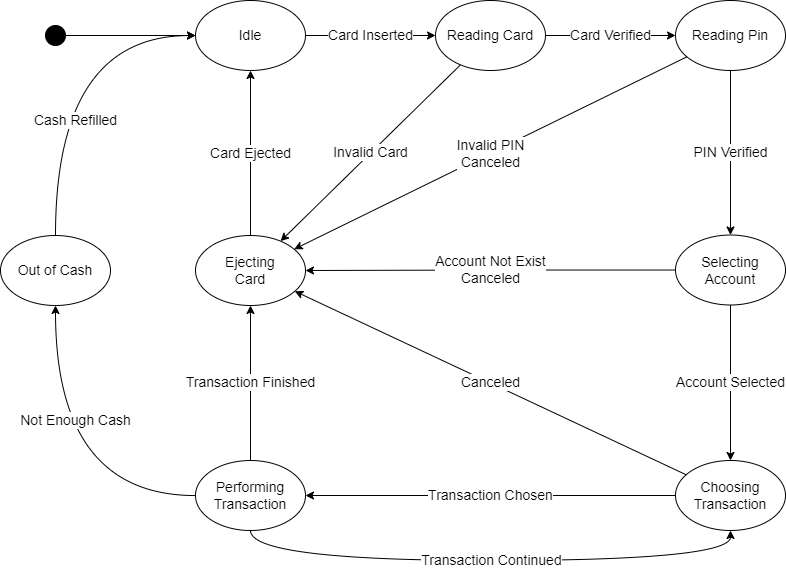
Earlier version of the draw.io export figures/AtmState.png (siwook-choi/MyAtmMachine). Source tidied: cells renumbered, new cells last; positions are measured from the earlier drawing's top-left corner, leaving out a move shared by most shapes.
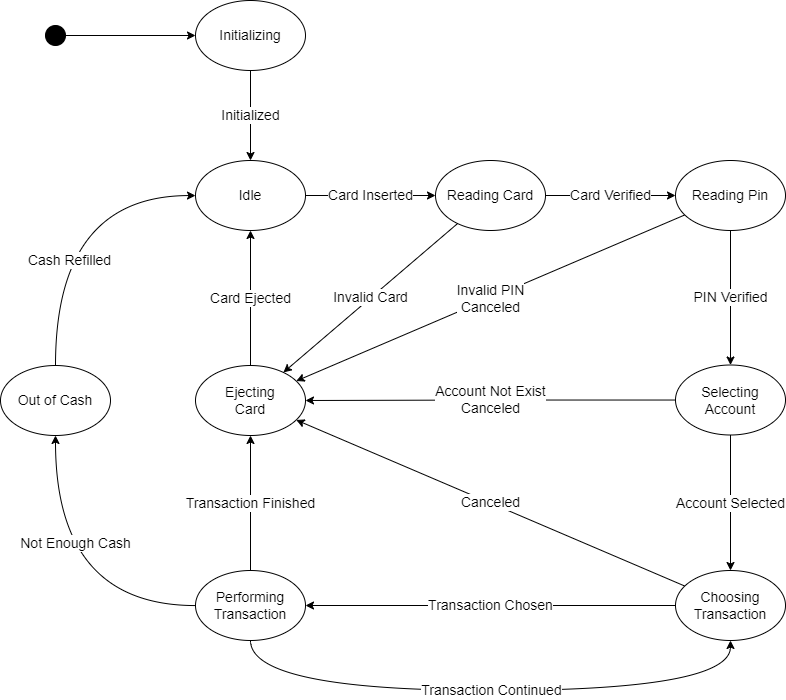
After the commit.

The edit, as a diff of the source:
```diff
@@ -6,7 +6,7 @@
       <mxGeometry relative="1" as="geometry" />
     </mxCell>
     <mxCell id="3" value="Idle" style="ellipse;whiteSpace=wrap;html=1;fontSize=14;" parent="1" vertex="1">
-      <mxGeometry x="195" width="110" height="70" as="geometry" />
+      <mxGeometry x="195" y="30" width="110" height="70" as="geometry" />
     </mxCell>
     <mxCell id="4" value="Card Verified" style="edgeStyle=orthogonalEdgeStyle;rounded=0;jettySize=auto;html=1;fontSize=14;" parent="1" edge="1" source="6" target="9">
       <mxGeometry relative="1" as="geometry" />
@@ -15,7 +15,7 @@
       <mxGeometry relative="1" as="geometry" />
     </mxCell>
     <mxCell id="6" value="Reading Card" style="ellipse;whiteSpace=wrap;html=1;fontSize=14;" parent="1" vertex="1">
-      <mxGeometry x="435" width="110" height="70" as="geometry" />
+      <mxGeometry x="435" y="30" width="110" height="70" as="geometry" />
     </mxCell>
     <mxCell id="7" value="PIN Verified" style="edgeStyle=orthogonalEdgeStyle;rounded=0;jettySize=auto;html=1;fontSize=14;" parent="1" edge="1" source="9" target="12">
       <mxGeometry relative="1" as="geometry" />
@@ -24,7 +24,7 @@
       <mxGeometry relative="1" as="geometry" />
     </mxCell>
     <mxCell id="9" value="Reading Pin" style="ellipse;whiteSpace=wrap;html=1;fontSize=14;" parent="1" vertex="1">
-      <mxGeometry x="675" width="110" height="70" as="geometry" />
+      <mxGeometry x="675" y="30" width="110" height="70" as="geometry" />
     </mxCell>
     <mxCell id="10" value="Account Selected" style="edgeStyle=orthogonalEdgeStyle;rounded=0;jettySize=auto;html=1;fontSize=14;" parent="1" edge="1" source="12" target="15">
       <mxGeometry relative="1" as="geometry" />
@@ -42,7 +42,7 @@
       <mxGeometry relative="1" as="geometry" />
     </mxCell>
     <mxCell id="15" value="Choosing&lt;br style=&quot;font-size: 14px;&quot;&gt;Transaction" style="ellipse;whiteSpace=wrap;html=1;fontSize=14;" parent="1" vertex="1">
-      <mxGeometry x="675" y="460" width="110" height="70" as="geometry" />
+      <mxGeometry x="675" y="440" width="110" height="70" as="geometry" />
     </mxCell>
     <mxCell id="16" value="Card Ejected" style="rounded=0;jettySize=auto;html=1;fontSize=14;" parent="1" edge="1" source="17" target="3">
       <mxGeometry relative="1" as="geometry" />
@@ -53,6 +53,9 @@
     <mxCell id="18" value="Transaction Finished" style="rounded=0;jettySize=auto;html=1;fontSize=14;" parent="1" edge="1" source="21" target="17">
       <mxGeometry relative="1" as="geometry" />
     </mxCell>
+    <mxCell id="20" value="Not Enough Cash" style="edgeStyle=orthogonalEdgeStyle;curved=1;rounded=0;jettySize=auto;html=1;fontSize=14;" parent="1" edge="1" source="21" target="25">
+      <mxGeometry x="0.3" y="-20" relative="1" as="geometry" />
+    </mxCell>
     <mxCell id="19" value="Transaction Continued" style="edgeStyle=orthogonalEdgeStyle;curved=1;rounded=0;jettySize=auto;html=1;fontSize=14;" parent="1" edge="1" source="21" target="15">
       <mxGeometry relative="1" as="geometry">
         <Array as="points">
@@ -61,27 +64,30 @@
         </Array>
       </mxGeometry>
     </mxCell>
-    <mxCell id="20" value="Not Enough Cash" style="edgeStyle=orthogonalEdgeStyle;curved=1;rounded=0;jettySize=auto;html=1;fontSize=14;" parent="1" edge="1" source="21" target="25">
-      <mxGeometry x="0.3" y="-20" relative="1" as="geometry" />
-    </mxCell>
     <mxCell id="21" value="Performing&lt;br style=&quot;font-size: 14px;&quot;&gt;Transaction" style="ellipse;whiteSpace=wrap;html=1;fontSize=14;" parent="1" vertex="1">
-      <mxGeometry x="195" y="460" width="110" height="70" as="geometry" />
+      <mxGeometry x="195" y="440" width="110" height="70" as="geometry" />
     </mxCell>
-    <mxCell id="22" style="edgeStyle=orthogonalEdgeStyle;curved=1;rounded=0;jettySize=auto;html=1;fontSize=14;" parent="1" edge="1" source="23" target="3">
-      <mxGeometry relative="1" as="geometry" />
-    </mxCell>
+    <mxCell id="26" style="rounded=0;jettySize=auto;html=1;fontSize=14;" parent="1" edge="1" source="23" target="28">
+      <mxGeometry relative="1" as="geometry" />
+    </mxCell>
     <mxCell id="23" style="ellipse;whiteSpace=wrap;html=1;fillColor=#000000;fontSize=14;" parent="1" vertex="1">
-      <mxGeometry x="45" y="25" width="20" height="20" as="geometry" />
+      <mxGeometry x="45" y="-105" width="20" height="20" as="geometry" />
     </mxCell>
     <mxCell id="24" value="Cash Refilled" style="edgeStyle=orthogonalEdgeStyle;curved=1;rounded=0;jettySize=auto;html=1;fontSize=14;" parent="1" edge="1" source="25" target="3">
-      <mxGeometry x="-0.32" y="-20" relative="1" as="geometry">
+      <mxGeometry x="-0.32" y="-14" relative="1" as="geometry">
         <Array as="points">
-          <mxPoint x="55" y="35" />
+          <mxPoint x="55" y="65" />
         </Array>
       </mxGeometry>
     </mxCell>
     <mxCell id="25" value="Out of Cash" style="ellipse;whiteSpace=wrap;html=1;fontSize=14;" parent="1" vertex="1">
       <mxGeometry y="235" width="110" height="70" as="geometry" />
     </mxCell>
+    <mxCell id="27" value="Initialized" style="edgeStyle=orthogonalEdgeStyle;curved=1;rounded=0;jettySize=auto;html=1;fontSize=14;" parent="1" edge="1" source="28" target="3">
+      <mxGeometry relative="1" as="geometry" />
+    </mxCell>
+    <mxCell id="28" value="Initializing" style="ellipse;whiteSpace=wrap;html=1;fontSize=14;" parent="1" vertex="1">
+      <mxGeometry x="195" y="-130" width="110" height="70" as="geometry" />
+    </mxCell>
   </root>
 </mxGraphModel>
```
